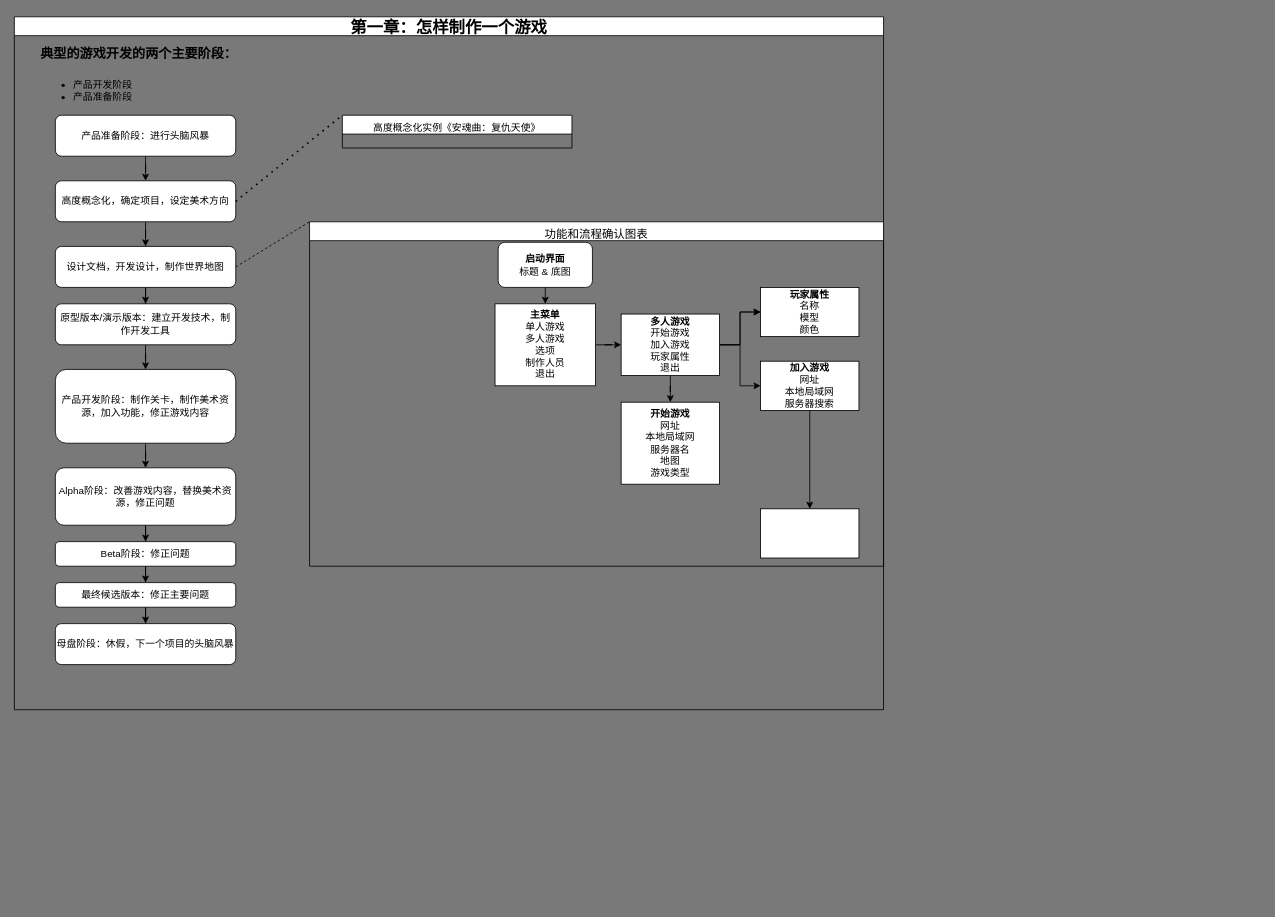
This is 游戏关卡设计读书笔记.drawio from MagicWord-cmd/MyBookMark, a draw.io file, before an edit. Source tidied: cells renumbered, new cells numbered last; positions are measured from the earlier drawing's top-left corner, leaving out a move shared by most shapes. Both pictures are drawn from the tidied source at 82%, with x=0, y=0 at pixel (14, 16).
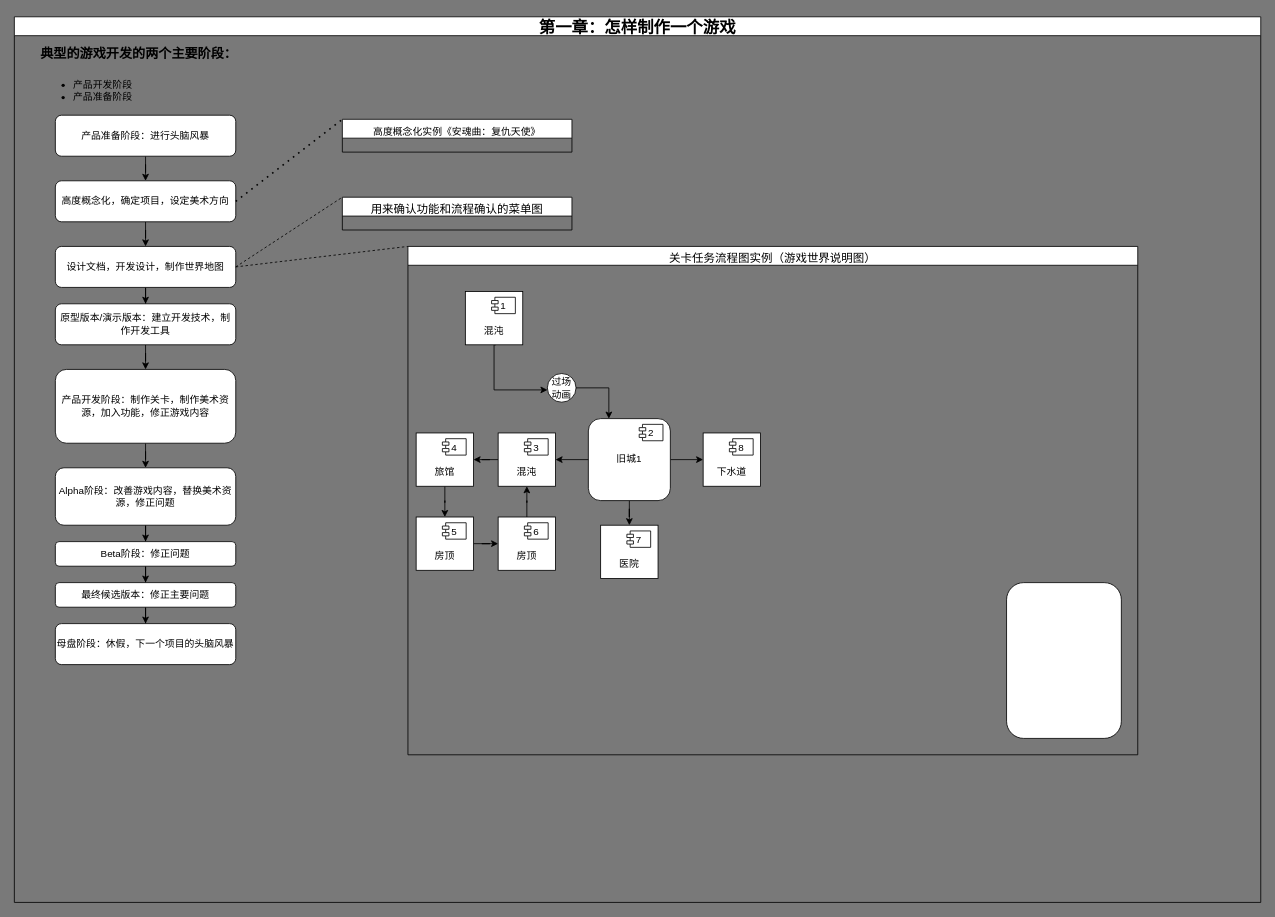
The same page after the edit.

Commit message:
更新游戏关卡设计读书笔记.drawio

Unchanged cells that the change refers to:
```xml
<mxCell id="10" value="设计文档，开发设计，制作世界地图" style="whiteSpace=wrap;html=1;rounded=1;" parent="2" vertex="1">
  <mxGeometry x="50" y="280" width="220" height="50" as="geometry" />
</mxCell>
```

What changed in the source:
```diff
@@
     <mxCell id="2" value="&lt;font style=&quot;font-size: 20px;&quot;&gt;第一章：怎样制作一个游戏&lt;/font&gt;" style="swimlane;whiteSpace=wrap;html=1;fontSize=24;" parent="1" vertex="1">
-      <mxGeometry width="1060" height="845" as="geometry" />
+      <mxGeometry width="1520" height="1080" as="geometry" />
     </mxCell>
@@
     <mxCell id="23" value="&lt;span style=&quot;font-size: 12px; font-weight: 400; text-align: left;&quot;&gt;高度概念化实例《安魂曲：复仇天使》&lt;/span&gt;" style="swimlane;whiteSpace=wrap;html=1;fontSize=24;startSize=23;" parent="2" vertex="1" collapsed="1">
-      <mxGeometry x="400" y="120" width="280" height="40" as="geometry" />
+      <mxGeometry x="400" y="125" width="280" height="40" as="geometry" />
     </mxCell>
-    <mxCell id="24" value="&lt;div style=&quot;&quot;&gt;&lt;span style=&quot;font-weight: 400;&quot;&gt;&lt;font style=&quot;font-size: 14px;&quot;&gt;功能和流程确认图表&lt;/font&gt;&lt;/span&gt;&lt;/div&gt;" style="swimlane;whiteSpace=wrap;html=1;fontSize=24;startSize=23;align=center;" parent="2" vertex="1">
-      <mxGeometry x="360" y="250" width="700" height="420" as="geometry" />
+    <mxCell id="24" value="&lt;div style=&quot;&quot;&gt;&lt;span style=&quot;font-size: 14px; font-weight: 400;&quot;&gt;用来确认功能和流程确认的菜单图&lt;/span&gt;&lt;/div&gt;" style="swimlane;whiteSpace=wrap;html=1;fontSize=24;startSize=23;align=center;" parent="2" vertex="1" collapsed="1">
+      <mxGeometry x="400" y="220" width="280" height="40" as="geometry" />
     </mxCell>
-    <mxCell id="25" value="&lt;b&gt;启动界面&lt;/b&gt;&lt;div&gt;标题 &amp;amp; 底图&lt;/div&gt;" style="rounded=1;whiteSpace=wrap;html=1;align=center;" parent="24" vertex="1">
-      <mxGeometry x="230" y="25" width="115" height="55" as="geometry" />
-    </mxCell>
-    <mxCell id="26" style="edgeStyle=orthogonalEdgeStyle;rounded=0;jettySize=auto;html=1;" parent="24" edge="1" source="27" target="33">
-      <mxGeometry relative="1" as="geometry" />
-    </mxCell>
-    <mxCell id="27" value="&lt;b&gt;主菜单&lt;/b&gt;&lt;div&gt;单人游戏&lt;/div&gt;&lt;div&gt;多人游戏&lt;/div&gt;&lt;div&gt;选项&lt;/div&gt;&lt;div&gt;制作人员&lt;/div&gt;&lt;div&gt;退出&lt;/div&gt;" style="rounded=0;whiteSpace=wrap;html=1;" parent="24" vertex="1">
-      <mxGeometry x="226.2" y="100" width="122.5" height="100" as="geometry" />
-    </mxCell>
-    <mxCell id="28" style="endArrow=classic;html=1;rounded=0;entryX=0.5;entryY=0;entryDx=0;entryDy=0;exitX=0.5;exitY=1;exitDx=0;exitDy=0;" parent="24" edge="1" source="25" target="27">
-      <mxGeometry relative="1" as="geometry" />
-    </mxCell>
-    <mxCell id="29" style="edgeStyle=orthogonalEdgeStyle;rounded=0;jettySize=auto;html=1;" parent="24" edge="1" source="33" target="34">
-      <mxGeometry relative="1" as="geometry" />
-    </mxCell>
-    <mxCell id="30" style="edgeStyle=orthogonalEdgeStyle;rounded=0;jettySize=auto;html=1;" parent="24" edge="1" source="33" target="34">
-      <mxGeometry relative="1" as="geometry" />
-    </mxCell>
-    <mxCell id="31" style="edgeStyle=orthogonalEdgeStyle;rounded=0;jettySize=auto;html=1;" parent="24" edge="1" source="33" target="36">
-      <mxGeometry relative="1" as="geometry" />
-    </mxCell>
-    <mxCell id="32" style="edgeStyle=orthogonalEdgeStyle;rounded=0;jettySize=auto;html=1;" parent="24" edge="1" source="33" target="37">
-      <mxGeometry relative="1" as="geometry" />
-    </mxCell>
-    <mxCell id="33" value="&lt;b&gt;多人游戏&lt;/b&gt;&lt;div&gt;开始游戏&lt;/div&gt;&lt;div&gt;加入游戏&lt;/div&gt;&lt;div&gt;玩家属性&lt;/div&gt;&lt;div&gt;退出&lt;/div&gt;" style="whiteSpace=wrap;html=1;rounded=0;" parent="24" vertex="1">
-      <mxGeometry x="380" y="112.5" width="120" height="75" as="geometry" />
-    </mxCell>
-    <mxCell id="34" value="&lt;b&gt;玩家属性&lt;/b&gt;&lt;div&gt;名称&lt;/div&gt;&lt;div&gt;模型&lt;/div&gt;&lt;div&gt;颜色&lt;/div&gt;" style="whiteSpace=wrap;html=1;rounded=0;" parent="24" vertex="1">
-      <mxGeometry x="550" y="80" width="120" height="60" as="geometry" />
-    </mxCell>
-    <mxCell id="35" style="edgeStyle=orthogonalEdgeStyle;rounded=0;jettySize=auto;html=1;" parent="24" edge="1" source="36" target="38">
-      <mxGeometry relative="1" as="geometry" />
-    </mxCell>
-    <mxCell id="36" value="&lt;b&gt;加入游戏&lt;/b&gt;&lt;div&gt;网址&lt;/div&gt;&lt;div&gt;本地局域网&lt;/div&gt;&lt;div&gt;服务器搜索&lt;/div&gt;" style="whiteSpace=wrap;html=1;rounded=0;" parent="24" vertex="1">
-      <mxGeometry x="550" y="170" width="120" height="60" as="geometry" />
-    </mxCell>
-    <mxCell id="37" value="&lt;b&gt;开始游戏&lt;/b&gt;&lt;br&gt;&lt;div&gt;网址&lt;/div&gt;&lt;div&gt;本地局域网&lt;/div&gt;&lt;div&gt;服务器名&lt;/div&gt;&lt;div&gt;地图&lt;/div&gt;&lt;div&gt;游戏类型&lt;/div&gt;" style="whiteSpace=wrap;html=1;rounded=0;" parent="24" vertex="1">
-      <mxGeometry x="380" y="220" width="120" height="100" as="geometry" />
-    </mxCell>
-    <mxCell id="38" style="whiteSpace=wrap;html=1;rounded=0;" parent="24" vertex="1">
-      <mxGeometry x="550" y="350" width="120" height="60" as="geometry" />
-    </mxCell>
@@
+    <mxCell id="40" value="&lt;div style=&quot;&quot;&gt;&lt;span style=&quot;font-size: 14px; font-weight: 400;&quot;&gt;关卡任务流程图实例（游戏世界说明图）&lt;/span&gt;&lt;/div&gt;" style="swimlane;whiteSpace=wrap;html=1;fontSize=24;startSize=23;align=center;" parent="2" vertex="1">
+      <mxGeometry x="480" y="280" width="890" height="620" as="geometry" />
+    </mxCell>
+    <mxCell id="41" style="rounded=1;whiteSpace=wrap;html=1;" parent="40" vertex="1">
+      <mxGeometry x="730" y="410" width="140" height="190" as="geometry" />
+    </mxCell>
+    <mxCell id="42" style="edgeStyle=orthogonalEdgeStyle;rounded=0;jettySize=auto;html=1;exitX=0.535;exitY=1;exitDx=0;exitDy=0;exitPerimeter=0;" parent="40" edge="1" source="45" target="44">
+      <mxGeometry relative="1" as="geometry">
+        <Array as="points">
+          <mxPoint x="105" y="120" />
+          <mxPoint x="105" y="175" />
+        </Array>
+      </mxGeometry>
+    </mxCell>
+    <mxCell id="43" style="edgeStyle=orthogonalEdgeStyle;rounded=0;jettySize=auto;html=1;entryX=0.25;entryY=0;entryDx=0;entryDy=0;" parent="40" edge="1" source="44" target="49">
+      <mxGeometry relative="1" as="geometry" />
+    </mxCell>
+    <mxCell id="44" value="过场动画" style="ellipse;whiteSpace=wrap;html=1;" parent="40" vertex="1">
+      <mxGeometry x="170" y="155" width="35" height="35" as="geometry" />
+    </mxCell>
+    <mxCell id="45" value="&lt;div&gt;&lt;br&gt;&lt;/div&gt;&lt;div style=&quot;&quot;&gt;&lt;span style=&quot;background-color: transparent; color: light-dark(rgb(0, 0, 0), rgb(255, 255, 255));&quot;&gt;&lt;br&gt;&lt;/span&gt;&lt;/div&gt;&lt;div style=&quot;&quot;&gt;&lt;span style=&quot;background-color: transparent; color: light-dark(rgb(0, 0, 0), rgb(255, 255, 255));&quot;&gt;混沌&lt;/span&gt;&lt;/div&gt;" style="html=1;whiteSpace=wrap;rounded=0;align=center;strokeColor=default;verticalAlign=middle;fontFamily=Helvetica;fontSize=12;fontColor=default;fillColor=default;" parent="40" vertex="1">
+      <mxGeometry x="70" y="55" width="70" height="65" as="geometry" />
+    </mxCell>
+    <mxCell id="46" value="1" style="shape=module;jettyWidth=8;jettyHeight=4;rounded=0;strokeColor=default;align=center;verticalAlign=middle;fontFamily=Helvetica;fontSize=12;fontColor=default;fillColor=default;" parent="45" vertex="1">
+      <mxGeometry x="1" width="29" height="20" relative="1" as="geometry">
+        <mxPoint x="-38" y="7" as="offset" />
+      </mxGeometry>
+    </mxCell>
+    <mxCell id="47" style="edgeStyle=orthogonalEdgeStyle;rounded=0;jettySize=auto;html=1;entryX=0.5;entryY=0;entryDx=0;entryDy=0;" parent="40" edge="1" source="49" target="64">
+      <mxGeometry relative="1" as="geometry" />
+    </mxCell>
+    <mxCell id="48" style="edgeStyle=orthogonalEdgeStyle;rounded=0;jettySize=auto;html=1;entryX=0;entryY=0.5;entryDx=0;entryDy=0;" parent="40" edge="1" source="49" target="66">
+      <mxGeometry relative="1" as="geometry" />
+    </mxCell>
+    <mxCell id="49" value="旧城1" style="html=1;whiteSpace=wrap;rounded=1;" parent="40" vertex="1">
+      <mxGeometry x="220" y="210" width="100" height="100" as="geometry" />
+    </mxCell>
+    <mxCell id="50" value="2" style="shape=module;jettyWidth=8;jettyHeight=4;" parent="49" vertex="1">
+      <mxGeometry x="1" width="29" height="20" relative="1" as="geometry">
+        <mxPoint x="-38" y="7" as="offset" />
+      </mxGeometry>
+    </mxCell>
+    <mxCell id="51" style="edgeStyle=orthogonalEdgeStyle;rounded=0;jettySize=auto;html=1;" parent="40" edge="1" source="52" target="56">
+      <mxGeometry relative="1" as="geometry" />
+    </mxCell>
+    <mxCell id="52" value="&lt;div&gt;&lt;br&gt;&lt;/div&gt;&lt;div style=&quot;&quot;&gt;&lt;span style=&quot;background-color: transparent; color: light-dark(rgb(0, 0, 0), rgb(255, 255, 255));&quot;&gt;&lt;br&gt;&lt;/span&gt;&lt;/div&gt;&lt;div style=&quot;&quot;&gt;&lt;span style=&quot;background-color: transparent; color: light-dark(rgb(0, 0, 0), rgb(255, 255, 255));&quot;&gt;混沌&lt;/span&gt;&lt;/div&gt;" style="html=1;whiteSpace=wrap;rounded=0;align=center;strokeColor=default;verticalAlign=middle;fontFamily=Helvetica;fontSize=12;fontColor=default;fillColor=default;" parent="40" vertex="1">
+      <mxGeometry x="110" y="227.5" width="70" height="65" as="geometry" />
+    </mxCell>
+    <mxCell id="53" value="3" style="shape=module;jettyWidth=8;jettyHeight=4;rounded=0;strokeColor=default;align=center;verticalAlign=middle;fontFamily=Helvetica;fontSize=12;fontColor=default;fillColor=default;" parent="52" vertex="1">
+      <mxGeometry x="1" width="29" height="20" relative="1" as="geometry">
+        <mxPoint x="-38" y="7" as="offset" />
+      </mxGeometry>
+    </mxCell>
+    <mxCell id="54" style="edgeStyle=orthogonalEdgeStyle;rounded=0;jettySize=auto;html=1;entryX=1;entryY=0.5;entryDx=0;entryDy=0;" parent="40" edge="1" source="49" target="52">
+      <mxGeometry relative="1" as="geometry" />
+    </mxCell>
+    <mxCell id="55" style="edgeStyle=orthogonalEdgeStyle;rounded=0;jettySize=auto;html=1;" parent="40" edge="1" source="56" target="59">
+      <mxGeometry relative="1" as="geometry" />
+    </mxCell>
+    <mxCell id="56" value="&lt;div&gt;&lt;br&gt;&lt;/div&gt;&lt;div style=&quot;&quot;&gt;&lt;span style=&quot;background-color: transparent; color: light-dark(rgb(0, 0, 0), rgb(255, 255, 255));&quot;&gt;&lt;br&gt;&lt;/span&gt;&lt;/div&gt;&lt;div style=&quot;&quot;&gt;旅馆&lt;/div&gt;" style="html=1;whiteSpace=wrap;rounded=0;align=center;strokeColor=default;verticalAlign=middle;fontFamily=Helvetica;fontSize=12;fontColor=default;fillColor=default;" parent="40" vertex="1">
+      <mxGeometry x="10" y="227.5" width="70" height="65" as="geometry" />
+    </mxCell>
+    <mxCell id="57" value="4" style="shape=module;jettyWidth=8;jettyHeight=4;rounded=0;strokeColor=default;align=center;verticalAlign=middle;fontFamily=Helvetica;fontSize=12;fontColor=default;fillColor=default;" parent="56" vertex="1">
+      <mxGeometry x="1" width="29" height="20" relative="1" as="geometry">
+        <mxPoint x="-38" y="7" as="offset" />
+      </mxGeometry>
+    </mxCell>
+    <mxCell id="58" style="edgeStyle=orthogonalEdgeStyle;rounded=0;jettySize=auto;html=1;" parent="40" edge="1" source="59" target="62">
+      <mxGeometry relative="1" as="geometry" />
+    </mxCell>
+    <mxCell id="59" value="&lt;div&gt;&lt;br&gt;&lt;/div&gt;&lt;div style=&quot;&quot;&gt;&lt;span style=&quot;background-color: transparent; color: light-dark(rgb(0, 0, 0), rgb(255, 255, 255));&quot;&gt;&lt;br&gt;&lt;/span&gt;&lt;/div&gt;&lt;div style=&quot;&quot;&gt;房顶&lt;/div&gt;" style="html=1;whiteSpace=wrap;rounded=0;align=center;strokeColor=default;verticalAlign=middle;fontFamily=Helvetica;fontSize=12;fontColor=default;fillColor=default;" parent="40" vertex="1">
+      <mxGeometry x="10" y="330" width="70" height="65" as="geometry" />
+    </mxCell>
+    <mxCell id="60" value="5" style="shape=module;jettyWidth=8;jettyHeight=4;rounded=0;strokeColor=default;align=center;verticalAlign=middle;fontFamily=Helvetica;fontSize=12;fontColor=default;fillColor=default;" parent="59" vertex="1">
+      <mxGeometry x="1" width="29" height="20" relative="1" as="geometry">
+        <mxPoint x="-38" y="7" as="offset" />
+      </mxGeometry>
+    </mxCell>
+    <mxCell id="61" style="edgeStyle=orthogonalEdgeStyle;rounded=0;jettySize=auto;html=1;entryX=0.5;entryY=1;entryDx=0;entryDy=0;" parent="40" edge="1" source="62" target="52">
+      <mxGeometry relative="1" as="geometry" />
+    </mxCell>
+    <mxCell id="62" value="&lt;div&gt;&lt;br&gt;&lt;/div&gt;&lt;div style=&quot;&quot;&gt;&lt;span style=&quot;background-color: transparent; color: light-dark(rgb(0, 0, 0), rgb(255, 255, 255));&quot;&gt;&lt;br&gt;&lt;/span&gt;&lt;/div&gt;&lt;div style=&quot;&quot;&gt;房顶&lt;/div&gt;" style="html=1;whiteSpace=wrap;rounded=0;align=center;strokeColor=default;verticalAlign=middle;fontFamily=Helvetica;fontSize=12;fontColor=default;fillColor=default;" parent="40" vertex="1">
+      <mxGeometry x="110" y="330" width="70" height="65" as="geometry" />
+    </mxCell>
+    <mxCell id="63" value="6" style="shape=module;jettyWidth=8;jettyHeight=4;rounded=0;strokeColor=default;align=center;verticalAlign=middle;fontFamily=Helvetica;fontSize=12;fontColor=default;fillColor=default;" parent="62" vertex="1">
+      <mxGeometry x="1" width="29" height="20" relative="1" as="geometry">
+        <mxPoint x="-38" y="7" as="offset" />
+      </mxGeometry>
+    </mxCell>
+    <mxCell id="64" value="&lt;div&gt;&lt;br&gt;&lt;/div&gt;&lt;div style=&quot;&quot;&gt;&lt;span style=&quot;background-color: transparent; color: light-dark(rgb(0, 0, 0), rgb(255, 255, 255));&quot;&gt;&lt;br&gt;&lt;/span&gt;&lt;/div&gt;&lt;div style=&quot;&quot;&gt;医院&lt;/div&gt;" style="html=1;whiteSpace=wrap;rounded=0;align=center;strokeColor=default;verticalAlign=middle;fontFamily=Helvetica;fontSize=12;fontColor=default;fillColor=default;" parent="40" vertex="1">
+      <mxGeometry x="235" y="340" width="70" height="65" as="geometry" />
+    </mxCell>
+    <mxCell id="65" value="7" style="shape=module;jettyWidth=8;jettyHeight=4;rounded=0;strokeColor=default;align=center;verticalAlign=middle;fontFamily=Helvetica;fontSize=12;fontColor=default;fillColor=default;" parent="64" vertex="1">
+      <mxGeometry x="1" width="29" height="20" relative="1" as="geometry">
+        <mxPoint x="-38" y="7" as="offset" />
+      </mxGeometry>
+    </mxCell>
+    <mxCell id="66" value="&lt;div&gt;&lt;br&gt;&lt;/div&gt;&lt;div style=&quot;&quot;&gt;&lt;span style=&quot;background-color: transparent; color: light-dark(rgb(0, 0, 0), rgb(255, 255, 255));&quot;&gt;&lt;br&gt;&lt;/span&gt;&lt;/div&gt;&lt;div style=&quot;&quot;&gt;下水道&lt;/div&gt;" style="html=1;whiteSpace=wrap;rounded=0;align=center;strokeColor=default;verticalAlign=middle;fontFamily=Helvetica;fontSize=12;fontColor=default;fillColor=default;" parent="40" vertex="1">
+      <mxGeometry x="360" y="227.5" width="70" height="65" as="geometry" />
+    </mxCell>
+    <mxCell id="67" value="8" style="shape=module;jettyWidth=8;jettyHeight=4;rounded=0;strokeColor=default;align=center;verticalAlign=middle;fontFamily=Helvetica;fontSize=12;fontColor=default;fillColor=default;" parent="66" vertex="1">
+      <mxGeometry x="1" width="29" height="20" relative="1" as="geometry">
+        <mxPoint x="-38" y="7" as="offset" />
+      </mxGeometry>
+    </mxCell>
+    <mxCell id="68" style="endArrow=none;dashed=1;html=1;rounded=0;exitX=1;exitY=0.5;exitDx=0;exitDy=0;entryX=0;entryY=0;entryDx=0;entryDy=0;" parent="2" edge="1" source="10" target="40">
+      <mxGeometry relative="1" as="geometry" />
+    </mxCell>
```
